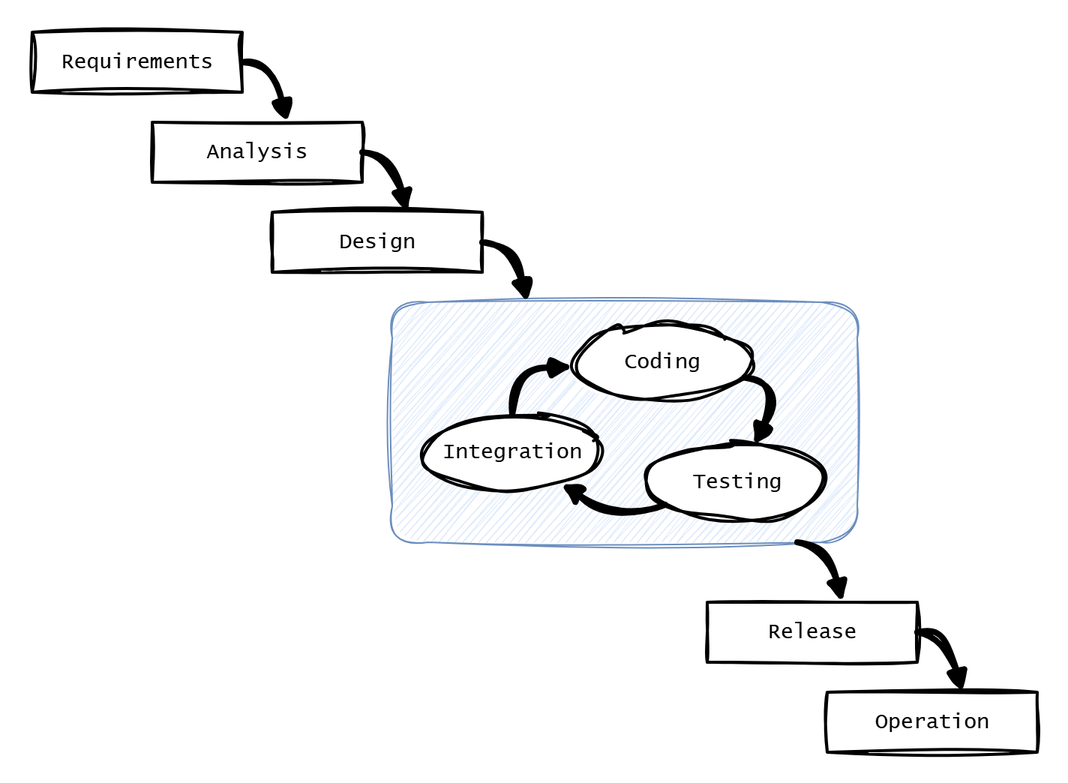
Before: ts/_/stepwise-with-iterations.drawio.png, a diagram exported from draw.io (kieranpotts/standards). Source tidied: cells renumbered, new cells last; positions are measured from the earlier drawing's top-left corner, leaving out a move shared by most shapes.
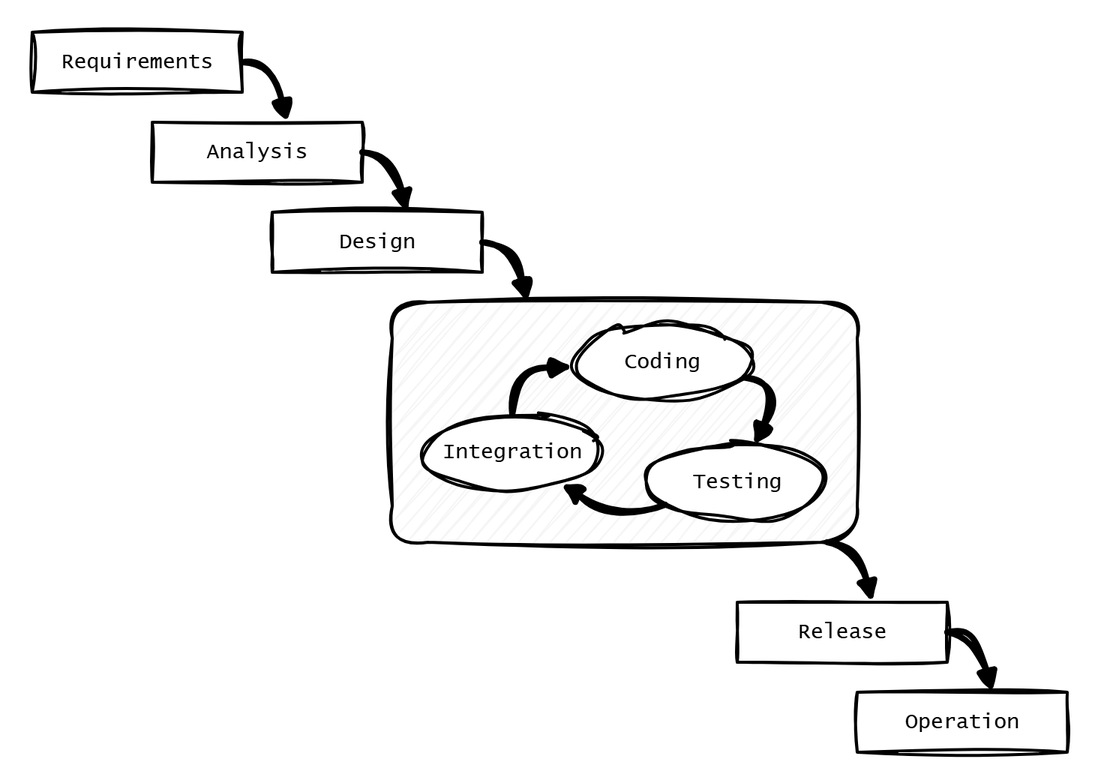
Above is the later version.

Commit message:
ts-1: update stepwise diagram

Diff of the diagram source:
```diff
@@ -2,7 +2,7 @@
   <root>
     <mxCell id="0" />
     <mxCell id="1" parent="0" />
-    <mxCell id="2" style="rounded=1;whiteSpace=wrap;html=1;fillColor=#dae8fc;strokeColor=#6c8ebf;sketch=1;curveFitting=1;jiggle=2;" parent="1" vertex="1">
+    <mxCell id="2" style="rounded=1;whiteSpace=wrap;html=1;fillColor=#f5f5f5;strokeColor=#000000;sketch=1;curveFitting=1;jiggle=2;fontColor=#333333;strokeWidth=2;" parent="1" vertex="1">
       <mxGeometry x="240" y="180" width="310" height="160" as="geometry" />
     </mxCell>
     <mxCell id="3" value="&lt;span&gt;Requirements&lt;/span&gt;" style="rounded=0;whiteSpace=wrap;html=1;fontStyle=0;fontFamily=Lucida Console;fontSize=14;strokeWidth=2;miterlimit=4;shadow=0;sketch=1;curveFitting=1;jiggle=2;" parent="1" vertex="1">
@@ -15,10 +15,10 @@
       <mxGeometry x="160" y="120" width="140" height="40" as="geometry" />
     </mxCell>
     <mxCell id="6" value="&lt;span&gt;Release&lt;/span&gt;" style="rounded=0;whiteSpace=wrap;html=1;fontStyle=0;fontFamily=Lucida Console;fontSize=14;strokeWidth=2;sketch=1;curveFitting=1;jiggle=2;" parent="1" vertex="1">
-      <mxGeometry x="450" y="380" width="140" height="40" as="geometry" />
+      <mxGeometry x="470" y="380" width="140" height="40" as="geometry" />
     </mxCell>
     <mxCell id="7" value="&lt;span&gt;Operation&lt;/span&gt;" style="rounded=0;whiteSpace=wrap;html=1;fontStyle=0;fontFamily=Lucida Console;fontSize=14;strokeWidth=2;sketch=1;curveFitting=1;jiggle=2;" parent="1" vertex="1">
-      <mxGeometry x="530" y="440" width="140" height="40" as="geometry" />
+      <mxGeometry x="550" y="440" width="140" height="40" as="geometry" />
     </mxCell>
     <mxCell id="8" style="curved=1;endArrow=block;html=1;rounded=0;exitX=1;exitY=0.5;exitDx=0;exitDy=0;strokeWidth=4;endFill=1;entryX=0.643;entryY=0;entryDx=0;entryDy=0;entryPerimeter=0;sketch=1;curveFitting=1;jiggle=2;" parent="1" edge="1" source="3" target="4">
       <mxGeometry relative="1" as="geometry">
@@ -47,19 +47,19 @@
     </mxCell>
     <mxCell id="11" style="curved=1;endArrow=block;html=1;rounded=0;exitX=1;exitY=0.5;exitDx=0;exitDy=0;strokeWidth=4;endFill=1;entryX=0.643;entryY=0;entryDx=0;entryDy=0;entryPerimeter=0;sketch=1;curveFitting=1;jiggle=2;" parent="1" edge="1">
       <mxGeometry relative="1" as="geometry">
-        <mxPoint x="510" y="340" as="sourcePoint" />
-        <mxPoint x="540" y="380" as="targetPoint" />
+        <mxPoint x="530" y="340" as="sourcePoint" />
+        <mxPoint x="560" y="380" as="targetPoint" />
         <Array as="points">
-          <mxPoint x="530" y="340" />
+          <mxPoint x="550" y="340" />
         </Array>
       </mxGeometry>
     </mxCell>
     <mxCell id="12" style="curved=1;endArrow=block;html=1;rounded=0;exitX=1;exitY=0.5;exitDx=0;exitDy=0;strokeWidth=4;endFill=1;entryX=0.643;entryY=0;entryDx=0;entryDy=0;entryPerimeter=0;sketch=1;curveFitting=1;jiggle=2;" parent="1" edge="1">
       <mxGeometry relative="1" as="geometry">
-        <mxPoint x="590" y="400" as="sourcePoint" />
-        <mxPoint x="620" y="440" as="targetPoint" />
+        <mxPoint x="610" y="400" as="sourcePoint" />
+        <mxPoint x="640" y="440" as="targetPoint" />
         <Array as="points">
-          <mxPoint x="610" y="400" />
+          <mxPoint x="630" y="400" />
         </Array>
       </mxGeometry>
     </mxCell>
```
